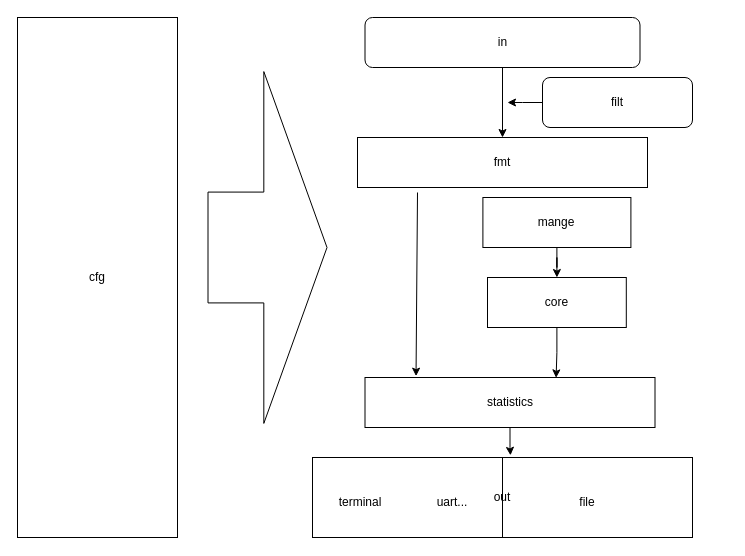
This is 未命名绘图.drawio from Gummum/utils, a draw.io file, before an edit. Source tidied: cells renumbered, new cells numbered last; positions are measured from the earlier drawing's top-left corner, leaving out a move shared by most shapes. Both pictures are drawn from the tidied source at 100%, with x=0, y=0 at pixel (17, 17).
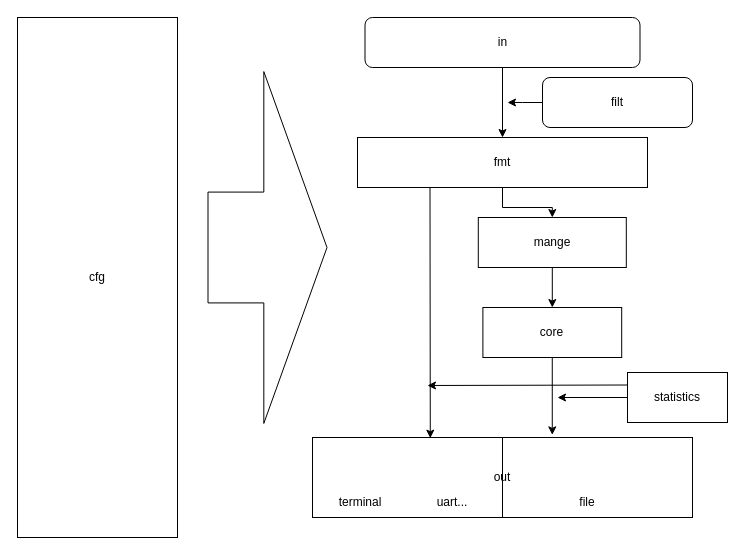
The same page after the edit.

Commit message:
更新未命名绘图.drawio

The change refers to these unchanged cells:
```xml
<mxCell id="11" value="fmt" style="rounded=0;whiteSpace=wrap;html=1;" parent="1" vertex="1">
  <mxGeometry x="340" y="120" width="290" height="50" as="geometry" />
</mxCell>
```

The edit, as a diff of the source:
```diff
@@
     <mxCell id="3" value="core" style="rounded=0;whiteSpace=wrap;html=1;" parent="1" vertex="1">
-      <mxGeometry x="470" y="260" width="138.8" height="50" as="geometry" />
+      <mxGeometry x="465.4" y="290" width="138.8" height="50" as="geometry" />
     </mxCell>
     <mxCell id="4" value="out" style="rounded=0;whiteSpace=wrap;html=1;" parent="1" vertex="1">
-      <mxGeometry x="295" y="440" width="380" height="80" as="geometry" />
+      <mxGeometry x="295" y="420" width="380" height="80" as="geometry" />
     </mxCell>
@@
     <mxCell id="10" value="mange" style="rounded=0;whiteSpace=wrap;html=1;" parent="1" vertex="1">
-      <mxGeometry x="465.4" y="180" width="148" height="50" as="geometry" />
+      <mxGeometry x="460.8" y="200" width="148" height="50" as="geometry" />
     </mxCell>
+    <mxCell id="21" style="edgeStyle=orthogonalEdgeStyle;rounded=0;jettySize=auto;html=1;entryX=0.5;entryY=0;entryDx=0;entryDy=0;" parent="1" edge="1" source="11" target="10">
+      <mxGeometry relative="1" as="geometry" />
+    </mxCell>
@@
-    <mxCell id="12" style="endArrow=classic;html=1;rounded=0;entryX=0.176;entryY=-0.027;entryDx=0;entryDy=0;entryPerimeter=0;" parent="1" edge="1" target="19">
-      <mxGeometry relative="1" as="geometry">
-        <mxPoint x="400" y="175" as="sourcePoint" />
-      </mxGeometry>
-    </mxCell>
@@
-    <mxCell id="14" style="edgeStyle=orthogonalEdgeStyle;rounded=0;jettySize=auto;html=1;entryX=0.659;entryY=0.007;entryDx=0;entryDy=0;entryPerimeter=0;" parent="1" edge="1" source="3" target="19">
-      <mxGeometry relative="1" as="geometry" />
-    </mxCell>
@@
+    <mxCell id="22" style="edgeStyle=orthogonalEdgeStyle;rounded=0;jettySize=auto;html=1;" parent="1" edge="1" source="19">
+      <mxGeometry relative="1" as="geometry">
+        <mxPoint x="540" y="380" as="targetPoint" />
+      </mxGeometry>
+    </mxCell>
     <mxCell id="19" value="&lt;div&gt;statistics&lt;/div&gt;" style="rounded=0;whiteSpace=wrap;html=1;" parent="1" vertex="1">
-      <mxGeometry x="347.5" y="360" width="290" height="50" as="geometry" />
+      <mxGeometry x="610" y="355" width="100" height="50" as="geometry" />
     </mxCell>
-    <mxCell id="20" style="edgeStyle=orthogonalEdgeStyle;rounded=0;jettySize=auto;html=1;entryX=0.521;entryY=-0.027;entryDx=0;entryDy=0;entryPerimeter=0;" parent="1" edge="1" source="19" target="4">
-      <mxGeometry relative="1" as="geometry" />
-    </mxCell>
+    <mxCell id="23" style="endArrow=classic;html=1;rounded=0;exitX=0.25;exitY=1;exitDx=0;exitDy=0;entryX=0.31;entryY=0.008;entryDx=0;entryDy=0;entryPerimeter=0;" parent="1" edge="1" source="11" target="4">
+      <mxGeometry relative="1" as="geometry" />
+    </mxCell>
+    <mxCell id="24" style="edgeStyle=orthogonalEdgeStyle;rounded=0;jettySize=auto;html=1;entryX=0.631;entryY=-0.033;entryDx=0;entryDy=0;entryPerimeter=0;" parent="1" edge="1" source="3" target="4">
+      <mxGeometry relative="1" as="geometry" />
+    </mxCell>
+    <mxCell id="25" style="endArrow=classic;html=1;rounded=0;exitX=0;exitY=0.25;exitDx=0;exitDy=0;" parent="1" edge="1" source="19">
+      <mxGeometry relative="1" as="geometry">
+        <mxPoint x="410" y="368" as="targetPoint" />
+      </mxGeometry>
+    </mxCell>
```
